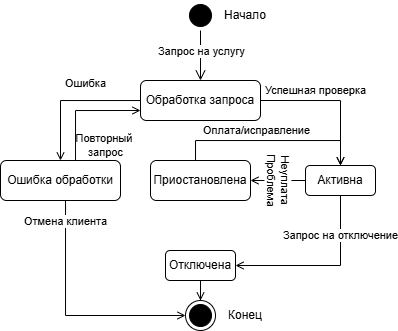
Above: daigram/uml_state_machine.drawio.png in lLegionl/Shatrov (draw.io), before the change. Source tidied: cells renumbered, new cells last; positions are measured from the earlier drawing's top-left corner, leaving out a move shared by most shapes. Source of this version:
```xml
<mxGraphModel>
  <root>
    <mxCell id="0" />
    <mxCell id="1" parent="0" />
    <mxCell id="2" style="ellipse;html=1;shape=endState;fillColor=#000000;strokeColor=#000000;" parent="1" vertex="1">
      <mxGeometry x="185" y="300" width="30" height="30" as="geometry" />
    </mxCell>
    <mxCell id="3" style="edgeStyle=orthogonalEdgeStyle;rounded=0;jettySize=auto;html=1;entryX=0.5;entryY=0;entryDx=0;entryDy=0;endArrow=open;endFill=0;" parent="1" edge="1" source="5" target="15">
      <mxGeometry relative="1" as="geometry" />
    </mxCell>
    <mxCell id="4" value="Ошибка" style="edgeLabel;html=1;align=center;verticalAlign=middle;rotation=0;" parent="3" vertex="1">
      <mxGeometry x="0.48" relative="1" as="geometry">
        <mxPoint x="25" y="-41" as="offset" />
      </mxGeometry>
    </mxCell>
    <mxCell id="5" value="Обработка запроса" style="rounded=1;whiteSpace=wrap;html=1;" parent="1" vertex="1">
      <mxGeometry x="140" y="80" width="120" height="40" as="geometry" />
    </mxCell>
    <mxCell id="6" style="ellipse;html=1;shape=startState;fillColor=#000000;strokeColor=#000000;" parent="1" vertex="1">
      <mxGeometry x="185" width="30" height="30" as="geometry" />
    </mxCell>
    <mxCell id="7" style="edgeStyle=orthogonalEdgeStyle;html=1;verticalAlign=bottom;endArrow=open;endSize=8;strokeColor=#000000;rounded=0;entryX=0.5;entryY=0;entryDx=0;entryDy=0;" parent="1" edge="1" source="6" target="5">
      <mxGeometry relative="1" as="geometry" />
    </mxCell>
    <mxCell id="8" value="Запрос на услугу" style="edgeLabel;html=1;align=center;verticalAlign=middle;" parent="7" vertex="1">
      <mxGeometry x="-0.15" y="1" relative="1" as="geometry" />
    </mxCell>
    <mxCell id="9" style="edgeStyle=orthogonalEdgeStyle;rounded=0;jettySize=auto;html=1;entryX=0.5;entryY=0;entryDx=0;entryDy=0;exitX=1;exitY=0.5;exitDx=0;exitDy=0;endArrow=open;endFill=0;" parent="1" edge="1" source="5" target="22">
      <mxGeometry relative="1" as="geometry" />
    </mxCell>
    <mxCell id="10" value="Успешная проверка" style="edgeLabel;html=1;align=center;verticalAlign=middle;" parent="9" vertex="1">
      <mxGeometry x="-0.09" y="2" relative="1" as="geometry">
        <mxPoint x="-11" y="-8" as="offset" />
      </mxGeometry>
    </mxCell>
    <mxCell id="11" style="edgeStyle=orthogonalEdgeStyle;rounded=0;jettySize=auto;html=1;entryX=0;entryY=0.5;entryDx=0;entryDy=0;endArrow=open;endFill=0;" parent="1" edge="1" source="15" target="2">
      <mxGeometry relative="1" as="geometry">
        <Array as="points">
          <mxPoint x="65" y="315" />
        </Array>
      </mxGeometry>
    </mxCell>
    <mxCell id="12" value="Отмена клиента" style="edgeLabel;html=1;align=center;verticalAlign=middle;" parent="11" vertex="1">
      <mxGeometry x="-0.82" relative="1" as="geometry" />
    </mxCell>
    <mxCell id="13" style="edgeStyle=orthogonalEdgeStyle;rounded=0;jettySize=auto;html=1;entryX=0;entryY=0.75;entryDx=0;entryDy=0;endArrow=open;endFill=0;" parent="1" edge="1" source="15" target="5">
      <mxGeometry relative="1" as="geometry">
        <Array as="points">
          <mxPoint x="75" y="110" />
        </Array>
      </mxGeometry>
    </mxCell>
    <mxCell id="14" value="Повторный&amp;nbsp;&lt;div&gt;запрос&lt;/div&gt;" style="edgeLabel;html=1;align=center;verticalAlign=middle;points=[];" parent="13" vertex="1">
      <mxGeometry x="-0.74" relative="1" as="geometry">
        <mxPoint x="30" as="offset" />
      </mxGeometry>
    </mxCell>
    <mxCell id="15" value="Ошибка обработки" style="rounded=1;whiteSpace=wrap;html=1;" parent="1" vertex="1">
      <mxGeometry y="160" width="120" height="40" as="geometry" />
    </mxCell>
    <mxCell id="16" style="edgeStyle=orthogonalEdgeStyle;rounded=0;jettySize=auto;html=1;entryX=0.5;entryY=0;entryDx=0;entryDy=0;endArrow=open;endFill=0;" parent="1" edge="1" source="17" target="2">
      <mxGeometry relative="1" as="geometry" />
    </mxCell>
    <mxCell id="17" value="Отключена" style="rounded=1;whiteSpace=wrap;html=1;" parent="1" vertex="1">
      <mxGeometry x="165" y="250" width="70" height="30" as="geometry" />
    </mxCell>
    <mxCell id="18" style="edgeStyle=orthogonalEdgeStyle;rounded=0;jettySize=auto;html=1;entryX=1;entryY=0.5;entryDx=0;entryDy=0;endArrow=open;endFill=0;exitX=0.5;exitY=1;exitDx=0;exitDy=0;" parent="1" edge="1" source="22" target="17">
      <mxGeometry relative="1" as="geometry">
        <Array as="points">
          <mxPoint x="340" y="265" />
        </Array>
      </mxGeometry>
    </mxCell>
    <mxCell id="19" value="Запрос на отключение" style="edgeLabel;html=1;align=center;verticalAlign=middle;" parent="18" vertex="1">
      <mxGeometry x="-0.05" y="1" relative="1" as="geometry">
        <mxPoint x="13" y="-31" as="offset" />
      </mxGeometry>
    </mxCell>
    <mxCell id="20" style="edgeStyle=orthogonalEdgeStyle;rounded=0;jettySize=auto;html=1;entryX=1;entryY=0.5;entryDx=0;entryDy=0;endArrow=open;endFill=0;" parent="1" edge="1" source="22" target="27">
      <mxGeometry relative="1" as="geometry" />
    </mxCell>
    <mxCell id="21" value="Неуплата&lt;br&gt;Проблема" style="edgeLabel;html=1;align=center;verticalAlign=middle;rotation=90;" parent="20" vertex="1">
      <mxGeometry x="0.19" relative="1" as="geometry">
        <mxPoint x="6" as="offset" />
      </mxGeometry>
    </mxCell>
    <mxCell id="22" value="Активна" style="rounded=1;whiteSpace=wrap;html=1;" parent="1" vertex="1">
      <mxGeometry x="305" y="165" width="70" height="30" as="geometry" />
    </mxCell>
    <mxCell id="23" value="Конец" style="text;html=1;align=center;verticalAlign=middle;whiteSpace=wrap;rounded=0;" parent="1" vertex="1">
      <mxGeometry x="215" y="300" width="60" height="30" as="geometry" />
    </mxCell>
    <mxCell id="24" value="Начало" style="text;html=1;align=center;verticalAlign=middle;whiteSpace=wrap;rounded=0;" parent="1" vertex="1">
      <mxGeometry x="215" width="60" height="30" as="geometry" />
    </mxCell>
    <mxCell id="25" style="edgeStyle=orthogonalEdgeStyle;rounded=0;jettySize=auto;html=1;entryX=0.5;entryY=0;entryDx=0;entryDy=0;endArrow=open;endFill=0;" parent="1" edge="1" target="22">
      <mxGeometry relative="1" as="geometry">
        <mxPoint x="195" y="160" as="sourcePoint" />
        <Array as="points">
          <mxPoint x="195" y="140" />
          <mxPoint x="340" y="140" />
        </Array>
      </mxGeometry>
    </mxCell>
    <mxCell id="26" value="Оплата/исправление" style="edgeLabel;html=1;align=center;verticalAlign=middle;" parent="25" vertex="1">
      <mxGeometry x="-0.36" y="2" relative="1" as="geometry">
        <mxPoint x="20" y="-8" as="offset" />
      </mxGeometry>
    </mxCell>
    <mxCell id="27" value="Приостановлена" style="rounded=1;whiteSpace=wrap;html=1;" parent="1" vertex="1">
      <mxGeometry x="150" y="160" width="100" height="40" as="geometry" />
    </mxCell>
  </root>
</mxGraphModel>
```
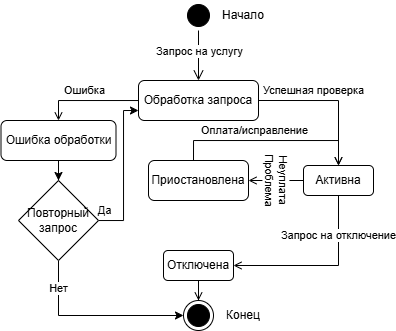
After the commit.

Diff of the diagram source:
```diff
@@ -10,7 +10,7 @@
     </mxCell>
     <mxCell id="4" value="Ошибка" style="edgeLabel;html=1;align=center;verticalAlign=middle;rotation=0;" parent="3" vertex="1">
       <mxGeometry x="0.48" relative="1" as="geometry">
-        <mxPoint x="25" y="-41" as="offset" />
+        <mxPoint x="19" y="-10" as="offset" />
       </mxGeometry>
     </mxCell>
     <mxCell id="5" value="Обработка запроса" style="rounded=1;whiteSpace=wrap;html=1;" parent="1" vertex="1">
@@ -33,30 +33,11 @@
         <mxPoint x="-11" y="-8" as="offset" />
       </mxGeometry>
     </mxCell>
-    <mxCell id="11" style="edgeStyle=orthogonalEdgeStyle;rounded=0;jettySize=auto;html=1;entryX=0;entryY=0.5;entryDx=0;entryDy=0;endArrow=open;endFill=0;" parent="1" edge="1" source="15" target="2">
-      <mxGeometry relative="1" as="geometry">
-        <Array as="points">
-          <mxPoint x="65" y="315" />
-        </Array>
-      </mxGeometry>
-    </mxCell>
-    <mxCell id="12" value="Отмена клиента" style="edgeLabel;html=1;align=center;verticalAlign=middle;" parent="11" vertex="1">
-      <mxGeometry x="-0.82" relative="1" as="geometry" />
-    </mxCell>
-    <mxCell id="13" style="edgeStyle=orthogonalEdgeStyle;rounded=0;jettySize=auto;html=1;entryX=0;entryY=0.75;entryDx=0;entryDy=0;endArrow=open;endFill=0;" parent="1" edge="1" source="15" target="5">
-      <mxGeometry relative="1" as="geometry">
-        <Array as="points">
-          <mxPoint x="75" y="110" />
-        </Array>
-      </mxGeometry>
-    </mxCell>
-    <mxCell id="14" value="Повторный&amp;nbsp;&lt;div&gt;запрос&lt;/div&gt;" style="edgeLabel;html=1;align=center;verticalAlign=middle;points=[];" parent="13" vertex="1">
-      <mxGeometry x="-0.74" relative="1" as="geometry">
-        <mxPoint x="30" as="offset" />
-      </mxGeometry>
-    </mxCell>
+    <mxCell id="28" style="edgeStyle=orthogonalEdgeStyle;rounded=0;jettySize=auto;html=1;entryX=0.5;entryY=0;entryDx=0;entryDy=0;" parent="1" edge="1" source="15" target="14">
+      <mxGeometry relative="1" as="geometry" />
+    </mxCell>
     <mxCell id="15" value="Ошибка обработки" style="rounded=1;whiteSpace=wrap;html=1;" parent="1" vertex="1">
-      <mxGeometry y="160" width="120" height="40" as="geometry" />
+      <mxGeometry x="2.5" y="120" width="115" height="40" as="geometry" />
     </mxCell>
     <mxCell id="16" style="edgeStyle=orthogonalEdgeStyle;rounded=0;jettySize=auto;html=1;entryX=0.5;entryY=0;entryDx=0;entryDy=0;endArrow=open;endFill=0;" parent="1" edge="1" source="17" target="2">
       <mxGeometry relative="1" as="geometry" />
@@ -110,5 +91,33 @@
     <mxCell id="27" value="Приостановлена" style="rounded=1;whiteSpace=wrap;html=1;" parent="1" vertex="1">
       <mxGeometry x="150" y="160" width="100" height="40" as="geometry" />
     </mxCell>
+    <mxCell id="29" style="edgeStyle=orthogonalEdgeStyle;rounded=0;jettySize=auto;html=1;entryX=0;entryY=0.5;entryDx=0;entryDy=0;" parent="1" edge="1" source="14" target="2">
+      <mxGeometry relative="1" as="geometry">
+        <Array as="points">
+          <mxPoint x="60" y="315" />
+        </Array>
+      </mxGeometry>
+    </mxCell>
+    <mxCell id="30" value="Нет" style="edgeLabel;html=1;align=center;verticalAlign=middle;" parent="29" vertex="1">
+      <mxGeometry x="-0.53" relative="1" as="geometry">
+        <mxPoint y="-15" as="offset" />
+      </mxGeometry>
+    </mxCell>
+    <mxCell id="31" style="edgeStyle=orthogonalEdgeStyle;rounded=0;jettySize=auto;html=1;entryX=0;entryY=0.75;entryDx=0;entryDy=0;" parent="1" edge="1" source="14" target="5">
+      <mxGeometry relative="1" as="geometry">
+        <Array as="points">
+          <mxPoint x="125" y="220" />
+          <mxPoint x="125" y="110" />
+        </Array>
+      </mxGeometry>
+    </mxCell>
+    <mxCell id="32" value="Да" style="edgeLabel;html=1;align=center;verticalAlign=middle;" parent="31" vertex="1">
+      <mxGeometry x="-0.93" y="-1" relative="1" as="geometry">
+        <mxPoint y="-11" as="offset" />
+      </mxGeometry>
+    </mxCell>
+    <mxCell id="14" value="Повторный запрос" style="rhombus;whiteSpace=wrap;html=1;" parent="1" vertex="1">
+      <mxGeometry x="20" y="180" width="80" height="80" as="geometry" />
+    </mxCell>
   </root>
 </mxGraphModel>
```
